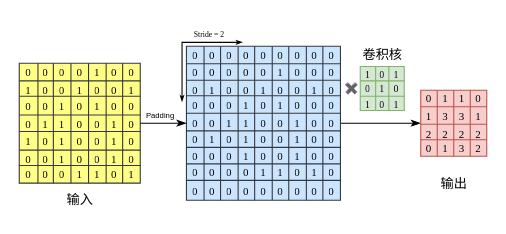
Earlier version of the draw.io diagram DrawIO_file/毕业论文画图/卷积层.drawio (DingDongZz/typera_PicGO). Source tidied: cells renumbered, new cells numbered last; positions are measured from the earlier drawing's top-left corner, leaving out a move shared by most shapes. Both pictures are drawn from the tidied source at 110%, with x=0, y=0 at pixel (19, 19).
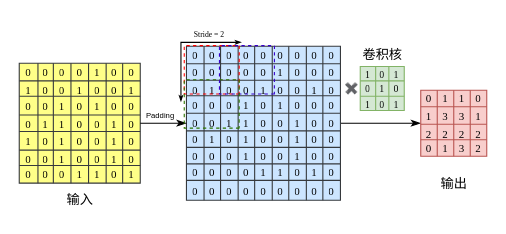
Above is the later version.

Commit message:
更新卷积层.drawio

What changed in the source:
```diff
@@
     <mxCell id="191" style="endArrow=classicThin;html=1;rounded=0;startArrow=classicThin;startFill=1;endFill=1;jumpSize=6;endSize=3;startSize=3;" parent="1" edge="1">
       <mxGeometry relative="1" as="geometry">
-        <mxPoint x="148" y="75" as="sourcePoint" />
-        <mxPoint x="203" y="21" as="targetPoint" />
+        <mxPoint x="147" y="75" as="sourcePoint" />
+        <mxPoint x="202" y="21" as="targetPoint" />
         <Array as="points">
-          <mxPoint x="148" y="21" />
+          <mxPoint x="147" y="21" />
         </Array>
       </mxGeometry>
     </mxCell>
@@
+    <mxCell id="193" style="endArrow=none;dashed=1;html=1;rounded=0;strokeColor=#FF0000;entryX=0.328;entryY=0.921;entryDx=0;entryDy=0;entryPerimeter=0;" parent="1" edge="1">
+      <mxGeometry relative="1" as="geometry">
+        <mxPoint x="200" y="68" as="sourcePoint" />
+        <mxPoint x="199.9" y="68.4" as="targetPoint" />
+        <Array as="points">
+          <mxPoint x="150" y="68" />
+          <mxPoint x="150" y="24" />
+          <mxPoint x="200" y="24" />
+        </Array>
+      </mxGeometry>
+    </mxCell>
+    <mxCell id="194" style="endArrow=none;dashed=1;html=1;rounded=0;strokeColor=#3700CC;entryX=0.328;entryY=0.921;entryDx=0;entryDy=0;entryPerimeter=0;fillColor=#6a00ff;" parent="1" edge="1">
+      <mxGeometry relative="1" as="geometry">
+        <mxPoint x="232" y="68" as="sourcePoint" />
+        <mxPoint x="231.9" y="68.4" as="targetPoint" />
+        <Array as="points">
+          <mxPoint x="182" y="68" />
+          <mxPoint x="182" y="24" />
+          <mxPoint x="232" y="24" />
+        </Array>
+      </mxGeometry>
+    </mxCell>
+    <mxCell id="195" style="endArrow=none;dashed=1;html=1;rounded=0;entryX=0.328;entryY=0.921;entryDx=0;entryDy=0;entryPerimeter=0;fillColor=#60a917;strokeColor=#2D7600;" parent="1" edge="1">
+      <mxGeometry relative="1" as="geometry">
+        <mxPoint x="200" y="99" as="sourcePoint" />
+        <mxPoint x="199.9" y="99.4" as="targetPoint" />
+        <Array as="points">
+          <mxPoint x="150" y="99" />
+          <mxPoint x="150" y="55" />
+          <mxPoint x="200" y="55" />
+        </Array>
+      </mxGeometry>
+    </mxCell>
```
